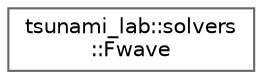
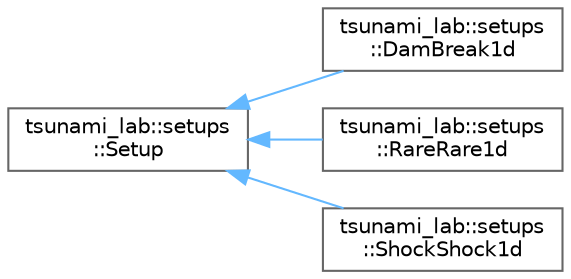
digraph "Graphical Class Hierarchy"
{
 // LATEX_PDF_SIZE
  bgcolor="transparent";
  edge [fontname=Helvetica,fontsize=10,labelfontname=Helvetica,labelfontsize=10];
  node [fontname=Helvetica,fontsize=10,shape=box,height=0.2,width=0.4];
  rankdir="LR";
-   Node0 [id="Node000000",label="tsunami_lab::solvers\l::Fwave",height=0.2,width=0.4,color="grey40", fillcolor="white", style="filled",URL="$classtsunami__lab_1_1solvers_1_1Fwave.html",tooltip=" "];
+   Node0 [id="Node000000",label="tsunami_lab::setups\l::Setup",height=0.2,width=0.4,color="grey40", fillcolor="white", style="filled",URL="$classtsunami__lab_1_1setups_1_1Setup.html",tooltip=" "];
+   Node0 -> Node1 [id="edge2_Node000000_Node000001",dir="back",color="steelblue1",style="solid",tooltip=" "];
+   Node1 [id="Node000001",label="tsunami_lab::setups\l::DamBreak1d",height=0.2,width=0.4,color="grey40", fillcolor="white", style="filled",URL="$classtsunami__lab_1_1setups_1_1DamBreak1d.html",tooltip=" "];
+   Node0 -> Node2 [id="edge3_Node000000_Node000002",dir="back",color="steelblue1",style="solid",tooltip=" "];
+   Node2 [id="Node000002",label="tsunami_lab::setups\l::RareRare1d",height=0.2,width=0.4,color="grey40", fillcolor="white", style="filled",URL="$classtsunami__lab_1_1setups_1_1RareRare1d.html",tooltip=" "];
+   Node0 -> Node3 [id="edge4_Node000000_Node000003",dir="back",color="steelblue1",style="solid",tooltip=" "];
+   Node3 [id="Node000003",label="tsunami_lab::setups\l::ShockShock1d",height=0.2,width=0.4,color="grey40", fillcolor="white", style="filled",URL="$classtsunami__lab_1_1setups_1_1ShockShock1d.html",tooltip=" "];
}
